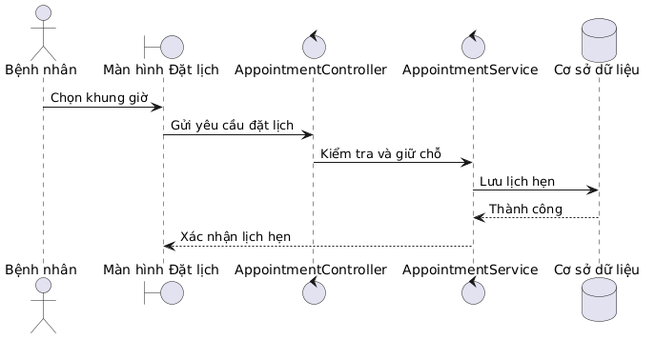
Above: out/docs/diagrams/Bieudotuantu/uc07_telehealth_bieudotuantu/uc07_telehealth_bieudotuantu.png in phuongtech24/do_an (PlantUML), before the change.
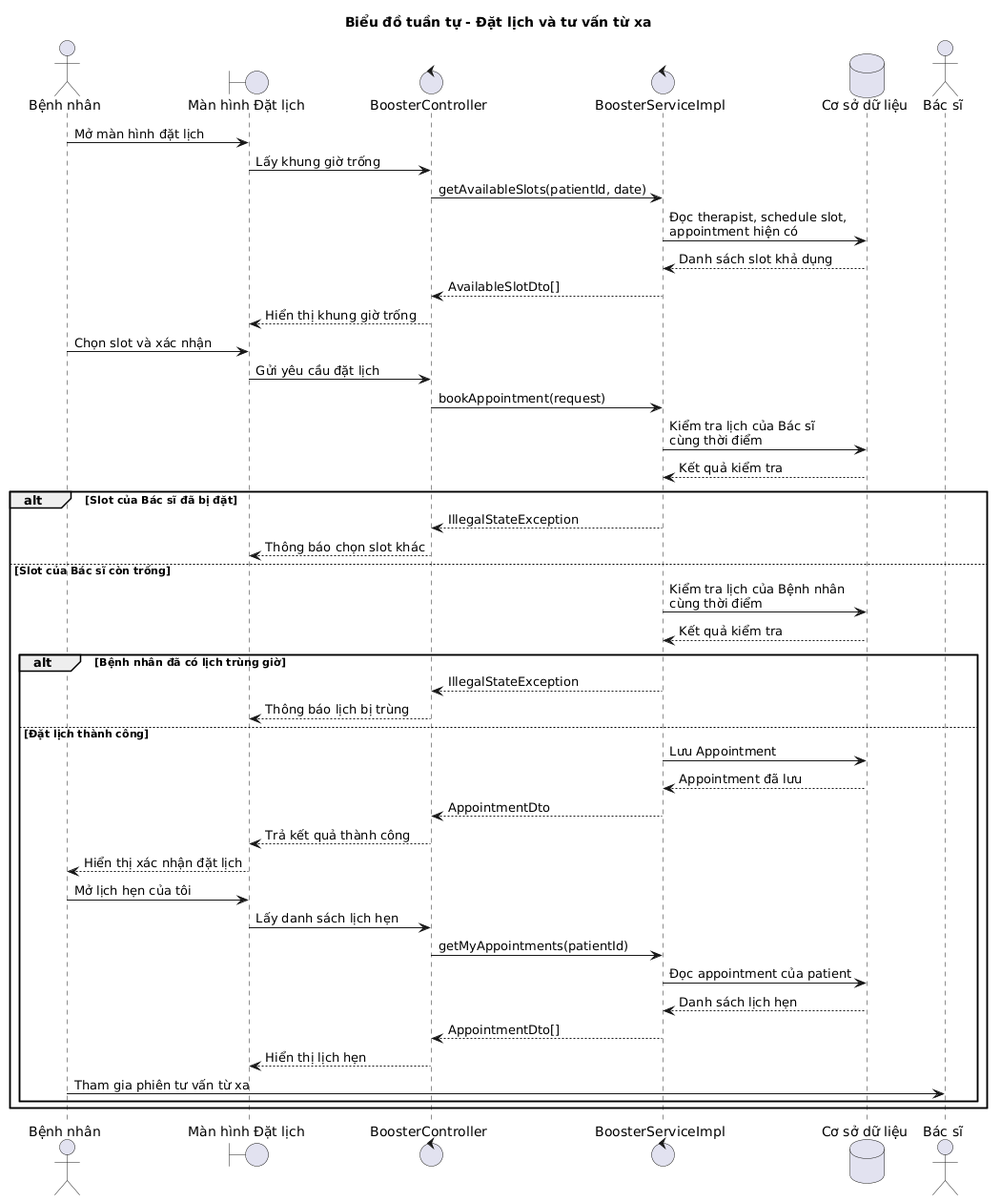
The same diagram one commit later.

Diff of the diagram source:
```diff
@@ -1,14 +1,51 @@
 @startuml
 skinparam defaultFontName "Times New Roman"
+title Biểu đồ tuần tự - Đặt lịch và tư vấn từ xa
+
 actor "Bệnh nhân" as Patient
 boundary "Màn hình Đặt lịch" as BookingView
-control "AppointmentController" as Controller
-control "AppointmentService" as Service
+control "BoosterController" as Controller
+control "BoosterServiceImpl" as Service
 database "Cơ sở dữ liệu" as DB
-Patient -> BookingView : Chọn khung giờ
+actor "Bác sĩ" as Therapist
+
+Patient -> BookingView : Mở màn hình đặt lịch
+BookingView -> Controller : Lấy khung giờ trống
+Controller -> Service : getAvailableSlots(patientId, date)
+Service -> DB : Đọc therapist, schedule slot,\nappointment hiện có
+DB --> Service : Danh sách slot khả dụng
+Service --> Controller : AvailableSlotDto[]
+Controller --> BookingView : Hiển thị khung giờ trống
+
+Patient -> BookingView : Chọn slot và xác nhận
 BookingView -> Controller : Gửi yêu cầu đặt lịch
-Controller -> Service : Kiểm tra và giữ chỗ
-Service -> DB : Lưu lịch hẹn
-DB --> Service : Thành công
-Service --> BookingView : Xác nhận lịch hẹn
+Controller -> Service : bookAppointment(request)
+Service -> DB : Kiểm tra lịch của Bác sĩ\ncùng thời điểm
+DB --> Service : Kết quả kiểm tra
+
+alt Slot của Bác sĩ đã bị đặt
+  Service --> Controller : IllegalStateException
+  Controller --> BookingView : Thông báo chọn slot khác
+else Slot của Bác sĩ còn trống
+  Service -> DB : Kiểm tra lịch của Bệnh nhân\ncùng thời điểm
+  DB --> Service : Kết quả kiểm tra
+  alt Bệnh nhân đã có lịch trùng giờ
+    Service --> Controller : IllegalStateException
+    Controller --> BookingView : Thông báo lịch bị trùng
+  else Đặt lịch thành công
+    Service -> DB : Lưu Appointment
+    DB --> Service : Appointment đã lưu
+    Service --> Controller : AppointmentDto
+    Controller --> BookingView : Trả kết quả thành công
+    BookingView --> Patient : Hiển thị xác nhận đặt lịch
+    Patient -> BookingView : Mở lịch hẹn của tôi
+    BookingView -> Controller : Lấy danh sách lịch hẹn
+    Controller -> Service : getMyAppointments(patientId)
+    Service -> DB : Đọc appointment của patient
+    DB --> Service : Danh sách lịch hẹn
+    Service --> Controller : AppointmentDto[]
+    Controller --> BookingView : Hiển thị lịch hẹn
+    Patient -> Therapist : Tham gia phiên tư vấn từ xa
+  end
+end
 @enduml
```
